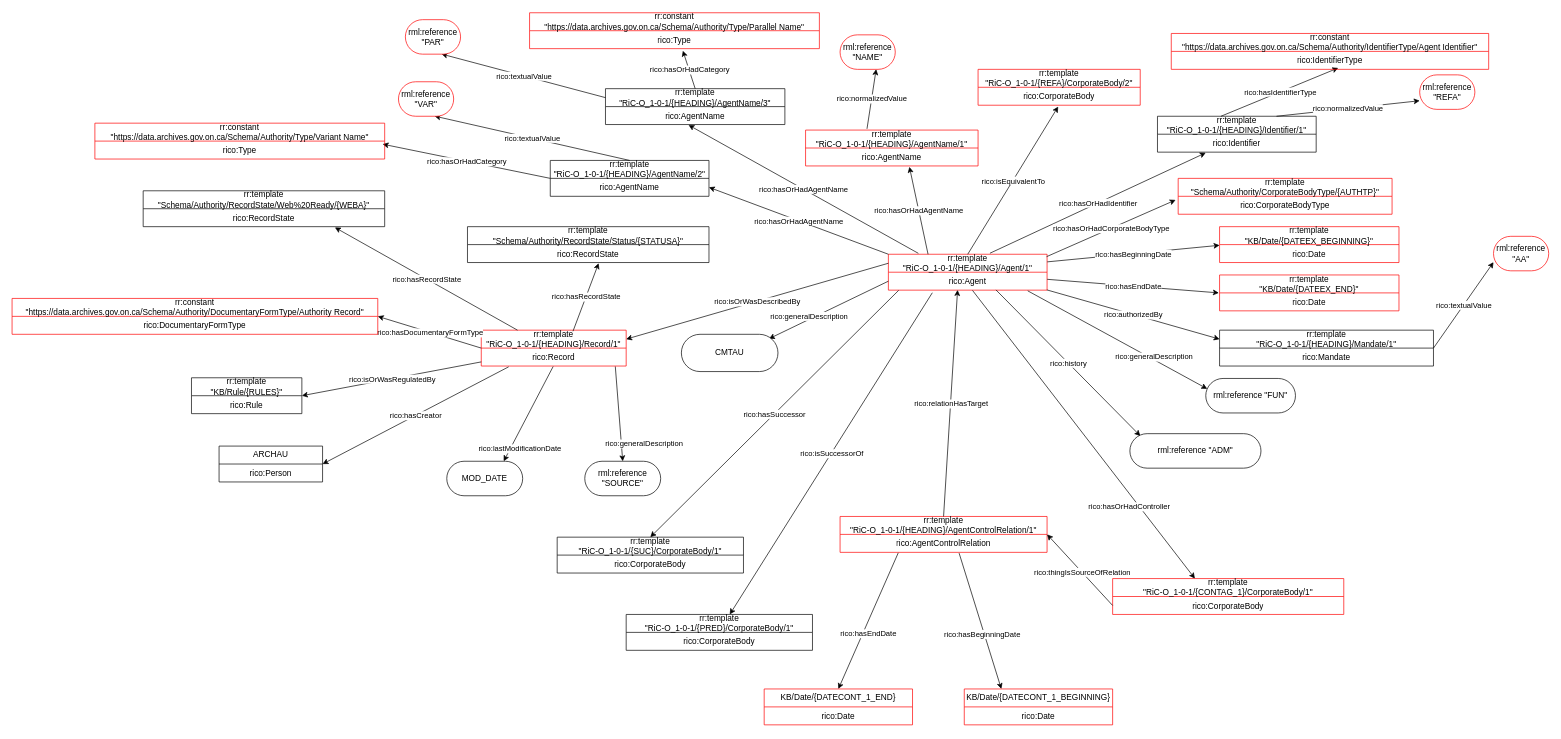
Earlier version of the draw.io diagram gbad/schema/authority/General Authority to RiC-O Model_2024-08-29_PZ.drawio (gbad-project/records_in_contexts_draw_io_parser). Source tidied: cells renumbered, new cells numbered last; positions are measured from the earlier drawing's top-left corner, leaving out a move shared by most shapes. Both pictures are drawn from the tidied source at 69%, with x=0, y=0 at pixel (12, 12).
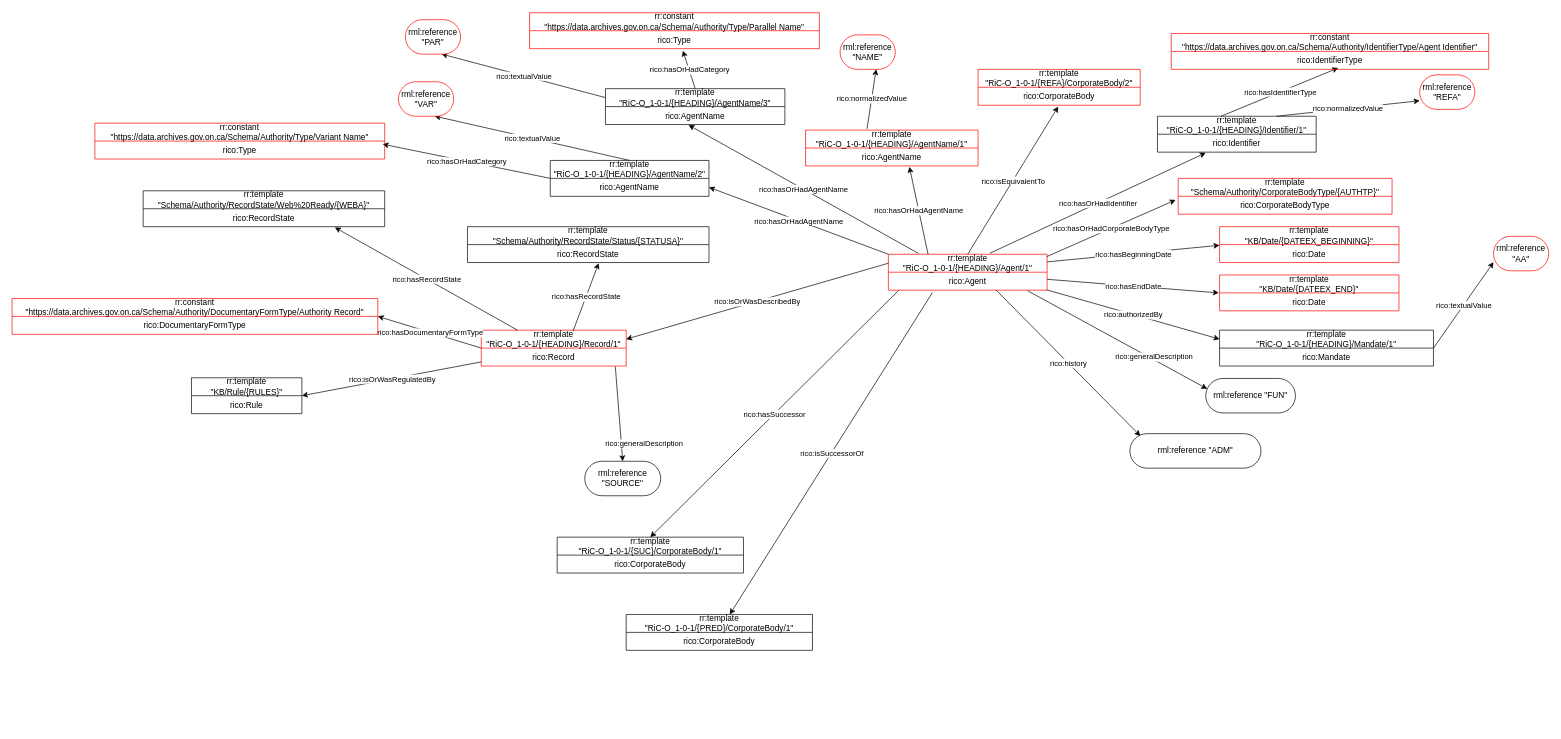
After the change.

Commit message (it also covers changes not shown here):
Remove unused nodes from latest general Authority graph

The unused include AgentControlRelation graphs that
are now modeled separately, as well as the censored
and absent fields which are not really informative.

Unchanged cells that the change refers to:
```xml
<mxCell id="3" value="rico:Agent" style="text;strokeColor=none;fillColor=none;align=center;verticalAlign=top;spacingLeft=4;spacingRight=4;overflow=hidden;points=[[0,0.5],[1,0.5]];portConstraint=eastwest;whiteSpace=wrap;html=1;" parent="2" vertex="1">
  <mxGeometry y="26" width="230" height="26" as="geometry" />
</mxCell>
<mxCell id="60" value="rico:Record" style="text;strokeColor=none;fillColor=none;align=center;verticalAlign=top;spacingLeft=4;spacingRight=4;overflow=hidden;points=[[0,0.5],[1,0.5]];portConstraint=eastwest;whiteSpace=wrap;html=1;" parent="59" vertex="1">
  <mxGeometry y="26" width="210" height="26" as="geometry" />
</mxCell>
```

The edit, as a diff of the source:
```diff
@@
-    <mxCell id="36" style="endArrow=classic;html=1;rounded=0;exitX=0.53;exitY=1.013;exitDx=0;exitDy=0;exitPerimeter=0;entryX=0.356;entryY=0;entryDx=0;entryDy=0;entryPerimeter=0;" parent="1" edge="1" source="3" target="38">
-      <mxGeometry relative="1" as="geometry" />
-    </mxCell>
-    <mxCell id="37" value="rico:hasOrHadController" style="edgeLabel;html=1;align=center;verticalAlign=middle;" parent="36" vertex="1">
-      <mxGeometry relative="1" as="geometry">
-        <mxPoint x="65" y="104" as="offset" />
-      </mxGeometry>
-    </mxCell>
-    <mxCell id="38" value="&lt;span style=&quot;background-color: initial;&quot;&gt;rr:template&lt;br&gt;&lt;/span&gt;&lt;div&gt;&lt;span style=&quot;background-color: initial;&quot;&gt;&quot;RiC-O_1-0-1/&lt;/span&gt;&lt;span style=&quot;background-color: initial;&quot;&gt;{&lt;/span&gt;CONTAG_1&lt;span style=&quot;background-color: initial;&quot;&gt;}/CorporateBody/1&quot;&lt;/span&gt;&lt;/div&gt;" style="swimlane;fontStyle=0;horizontal=1;startSize=26;fillColor=none;whiteSpace=wrap;html=1;strokeColor=#FF0000;" parent="1" vertex="1">
-      <mxGeometry x="1595" y="820" width="335" height="52" as="geometry" />
-    </mxCell>
-    <mxCell id="39" value="rico:CorporateBody" style="text;strokeColor=none;fillColor=none;align=center;verticalAlign=top;spacingLeft=4;spacingRight=4;overflow=hidden;points=[[0,0.5],[1,0.5]];portConstraint=eastwest;whiteSpace=wrap;html=1;" parent="38" vertex="1">
-      <mxGeometry y="26" width="335" height="26" as="geometry" />
-    </mxCell>
@@
-    <mxCell id="71" value="&lt;div&gt;&lt;div&gt;&lt;span style=&quot;background-color: initial;&quot;&gt;ARCHAU&lt;/span&gt;&lt;br&gt;&lt;/div&gt;&lt;/div&gt;" style="swimlane;fontStyle=0;horizontal=1;startSize=26;fillColor=none;whiteSpace=wrap;html=1;" parent="1" vertex="1">
-      <mxGeometry x="300" y="628" width="150" height="52" as="geometry" />
-    </mxCell>
-    <mxCell id="72" value="rico:Person" style="text;strokeColor=none;fillColor=none;align=center;verticalAlign=top;spacingLeft=4;spacingRight=4;overflow=hidden;whiteSpace=wrap;html=1;" parent="71" vertex="1">
-      <mxGeometry y="26" width="150" height="26" as="geometry" />
-    </mxCell>
-    <mxCell id="73" style="endArrow=classic;html=1;rounded=0;entryX=0.75;entryY=0;entryDx=0;entryDy=0;exitX=0.496;exitY=1.026;exitDx=0;exitDy=0;exitPerimeter=0;" parent="1" edge="1" source="60" target="75">
-      <mxGeometry relative="1" as="geometry" />
-    </mxCell>
-    <mxCell id="74" value="rico:lastModificationDate" style="edgeLabel;html=1;align=center;verticalAlign=middle;" parent="73" vertex="1">
-      <mxGeometry relative="1" as="geometry">
-        <mxPoint x="-13" y="51" as="offset" />
-      </mxGeometry>
-    </mxCell>
-    <mxCell id="75" value="&lt;div&gt;MOD_DATE&lt;/div&gt;" style="html=1;whiteSpace=wrap;rounded=1;arcSize=50;" parent="1" vertex="1">
-      <mxGeometry x="630" y="650" width="110" height="50" as="geometry" />
-    </mxCell>
-    <mxCell id="76" value="&lt;span style=&quot;background-color: initial;&quot;&gt;rr:template&lt;br&gt;&lt;/span&gt;&lt;div&gt;&lt;span style=&quot;background-color: initial;&quot;&gt;&quot;RiC-O_1-0-1/&lt;/span&gt;&lt;span style=&quot;background-color: initial;&quot;&gt;{&lt;/span&gt;HEADING&lt;span style=&quot;background-color: initial;&quot;&gt;}/&lt;/span&gt;AgentControlRelation&lt;span style=&quot;background-color: initial;&quot;&gt;/1&quot;&lt;/span&gt;&lt;/div&gt;" style="swimlane;fontStyle=0;horizontal=1;startSize=26;fillColor=none;whiteSpace=wrap;html=1;strokeColor=#FF0000;" parent="1" vertex="1">
-      <mxGeometry x="1200" y="730" width="300" height="52" as="geometry" />
-    </mxCell>
-    <mxCell id="77" value="rico:AgentControlRelation" style="text;strokeColor=none;fillColor=none;align=center;verticalAlign=top;spacingLeft=4;spacingRight=4;overflow=hidden;points=[[0,0.5],[1,0.5]];portConstraint=eastwest;whiteSpace=wrap;html=1;" parent="76" vertex="1">
-      <mxGeometry y="26" width="300" height="26" as="geometry" />
-    </mxCell>
-    <mxCell id="78" style="endArrow=classic;html=1;rounded=0;entryX=1;entryY=0.5;entryDx=0;entryDy=0;exitX=0;exitY=0.5;exitDx=0;exitDy=0;" parent="1" edge="1" source="39" target="76">
-      <mxGeometry relative="1" as="geometry" />
-    </mxCell>
-    <mxCell id="79" value="rico:thingIsSourceOfRelation" style="edgeLabel;html=1;align=center;verticalAlign=middle;" parent="78" vertex="1">
-      <mxGeometry relative="1" as="geometry">
-        <mxPoint x="3" y="3" as="offset" />
-      </mxGeometry>
-    </mxCell>
-    <mxCell id="80" style="endArrow=classic;html=1;rounded=0;entryX=0.436;entryY=0.99;entryDx=0;entryDy=0;entryPerimeter=0;exitX=0.5;exitY=0;exitDx=0;exitDy=0;" parent="1" edge="1" source="76" target="3">
-      <mxGeometry relative="1" as="geometry" />
-    </mxCell>
-    <mxCell id="81" value="rico:relationHasTarget" style="edgeLabel;html=1;align=center;verticalAlign=middle;" parent="80" vertex="1">
-      <mxGeometry relative="1" as="geometry" />
-    </mxCell>
-    <mxCell id="82" style="endArrow=classic;html=1;rounded=0;exitX=0.575;exitY=1.043;exitDx=0;exitDy=0;exitPerimeter=0;entryX=0.25;entryY=0;entryDx=0;entryDy=0;" parent="1" edge="1" source="77" target="84">
-      <mxGeometry relative="1" as="geometry" />
-    </mxCell>
-    <mxCell id="83" value="rico:hasBeginningDate" style="edgeLabel;html=1;align=center;verticalAlign=middle;" parent="82" vertex="1">
-      <mxGeometry relative="1" as="geometry">
-        <mxPoint x="2" y="19" as="offset" />
-      </mxGeometry>
-    </mxCell>
-    <mxCell id="84" value="&lt;div&gt;&lt;span style=&quot;background-color: initial;&quot;&gt;KB/Date&lt;/span&gt;&lt;span style=&quot;background-color: initial;&quot;&gt;/{&lt;/span&gt;DATECONT_1_BEGINNING&lt;span style=&quot;background-color: initial;&quot;&gt;}&lt;/span&gt;&lt;/div&gt;" style="swimlane;fontStyle=0;horizontal=1;startSize=26;fillColor=none;whiteSpace=wrap;html=1;strokeColor=#FF0000;" parent="1" vertex="1">
-      <mxGeometry x="1380" y="980" width="215" height="52" as="geometry" />
-    </mxCell>
-    <mxCell id="85" value="rico:Date" style="text;strokeColor=none;fillColor=none;align=center;verticalAlign=top;spacingLeft=4;spacingRight=4;overflow=hidden;whiteSpace=wrap;html=1;" parent="84" vertex="1">
-      <mxGeometry y="26" width="215" height="26" as="geometry" />
-    </mxCell>
-    <mxCell id="86" style="endArrow=classic;html=1;rounded=0;entryX=0.5;entryY=0;entryDx=0;entryDy=0;exitX=0.281;exitY=1.029;exitDx=0;exitDy=0;exitPerimeter=0;" parent="1" edge="1" source="77" target="88">
-      <mxGeometry relative="1" as="geometry" />
-    </mxCell>
-    <mxCell id="87" value="rico:hasEndDate" style="edgeLabel;html=1;align=center;verticalAlign=middle;" parent="86" vertex="1">
-      <mxGeometry relative="1" as="geometry">
-        <mxPoint y="18" as="offset" />
-      </mxGeometry>
-    </mxCell>
-    <mxCell id="88" value="&lt;span style=&quot;background-color: initial;&quot;&gt;KB/Date&lt;/span&gt;&lt;span style=&quot;background-color: initial;&quot;&gt;/{&lt;/span&gt;DATECONT_1_END&lt;span style=&quot;background-color: initial;&quot;&gt;}&lt;/span&gt;" style="swimlane;fontStyle=0;horizontal=1;startSize=26;fillColor=none;whiteSpace=wrap;html=1;strokeColor=#FF0000;" parent="1" vertex="1">
-      <mxGeometry x="1090" y="980" width="215" height="52" as="geometry" />
-    </mxCell>
-    <mxCell id="89" value="rico:Date" style="text;strokeColor=none;fillColor=none;align=center;verticalAlign=top;spacingLeft=4;spacingRight=4;overflow=hidden;whiteSpace=wrap;html=1;" parent="88" vertex="1">
-      <mxGeometry y="26" width="215" height="26" as="geometry" />
-    </mxCell>
@@
-    <mxCell id="109" style="endArrow=classic;html=1;rounded=0;entryX=1;entryY=0.5;entryDx=0;entryDy=0;exitX=0.189;exitY=1.043;exitDx=0;exitDy=0;exitPerimeter=0;" parent="1" edge="1" source="60" target="71">
-      <mxGeometry relative="1" as="geometry" />
-    </mxCell>
-    <mxCell id="110" value="rico:hasCreator" style="edgeLabel;html=1;align=center;verticalAlign=middle;" parent="109" vertex="1">
-      <mxGeometry relative="1" as="geometry" />
-    </mxCell>
-    <mxCell id="111" style="endArrow=classic;html=1;rounded=0;exitX=0;exitY=0.5;exitDx=0;exitDy=0;entryX=0.907;entryY=0.119;entryDx=0;entryDy=0;entryPerimeter=0;" parent="1" edge="1" source="3" target="113">
-      <mxGeometry relative="1" as="geometry" />
-    </mxCell>
-    <mxCell id="112" value="rico:generalDescription" style="edgeLabel;html=1;align=center;verticalAlign=middle;" parent="111" vertex="1">
-      <mxGeometry relative="1" as="geometry">
-        <mxPoint x="-29" y="9" as="offset" />
-      </mxGeometry>
-    </mxCell>
-    <mxCell id="113" value="&lt;div&gt;CMTAU&lt;/div&gt;" style="html=1;whiteSpace=wrap;rounded=1;arcSize=50;" parent="1" vertex="1">
-      <mxGeometry x="970" y="466" width="140" height="54" as="geometry" />
-    </mxCell>
```
